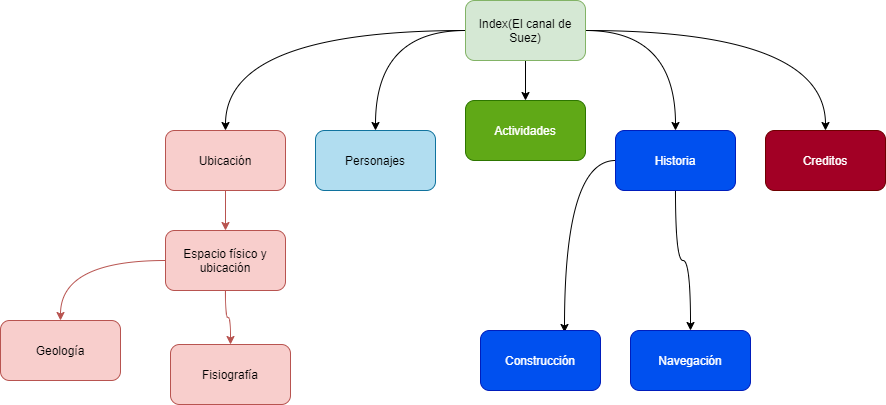
This is imagenes/Navmap.png from josanchezva/GraficaInteractiva, a draw.io export, as it was before one commit. Source tidied: cells renumbered, new cells last; positions are measured from the earlier drawing's top-left corner, leaving out a move shared by most shapes.
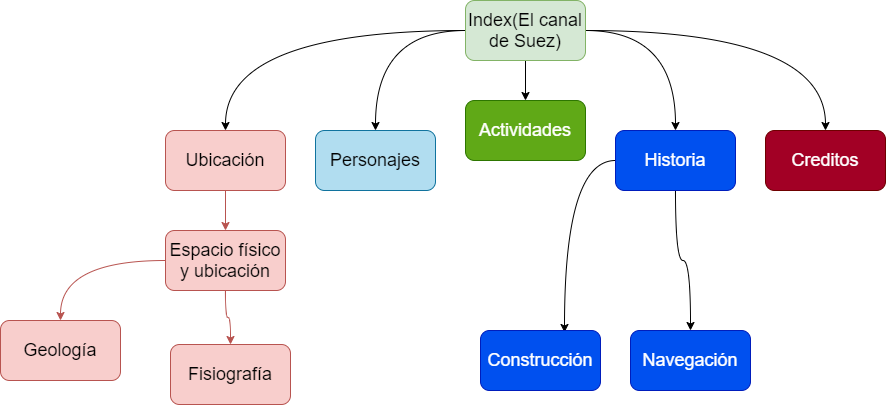
The same diagram one commit later.

What changed in the source:
```diff
@@ -2,67 +2,67 @@
   <root>
     <mxCell id="0" />
     <mxCell id="1" parent="0" />
-    <mxCell id="2" style="edgeStyle=orthogonalEdgeStyle;jettySize=auto;html=1;curved=1;" parent="1" edge="1" source="7" target="9">
+    <mxCell id="2" style="edgeStyle=orthogonalEdgeStyle;jettySize=auto;html=1;curved=1;fontSize=18;" parent="1" edge="1" source="7" target="9">
       <mxGeometry relative="1" as="geometry" />
     </mxCell>
-    <mxCell id="3" style="edgeStyle=orthogonalEdgeStyle;jettySize=auto;html=1;curved=1;" parent="1" edge="1" source="7" target="10">
+    <mxCell id="3" style="edgeStyle=orthogonalEdgeStyle;jettySize=auto;html=1;curved=1;fontSize=18;" parent="1" edge="1" source="7" target="10">
       <mxGeometry relative="1" as="geometry" />
     </mxCell>
-    <mxCell id="4" style="edgeStyle=orthogonalEdgeStyle;jettySize=auto;html=1;exitX=0.5;exitY=1;exitDx=0;exitDy=0;curved=1;" parent="1" edge="1" source="7" target="11">
+    <mxCell id="4" style="edgeStyle=orthogonalEdgeStyle;jettySize=auto;html=1;exitX=0.5;exitY=1;exitDx=0;exitDy=0;curved=1;fontSize=18;" parent="1" edge="1" source="7" target="11">
       <mxGeometry relative="1" as="geometry" />
     </mxCell>
-    <mxCell id="5" style="edgeStyle=orthogonalEdgeStyle;jettySize=auto;html=1;entryX=0.5;entryY=0;entryDx=0;entryDy=0;curved=1;" parent="1" edge="1" source="7" target="14">
+    <mxCell id="5" style="edgeStyle=orthogonalEdgeStyle;jettySize=auto;html=1;entryX=0.5;entryY=0;entryDx=0;entryDy=0;curved=1;fontSize=18;" parent="1" edge="1" source="7" target="14">
       <mxGeometry relative="1" as="geometry" />
     </mxCell>
-    <mxCell id="6" style="edgeStyle=orthogonalEdgeStyle;jettySize=auto;html=1;entryX=0.5;entryY=0;entryDx=0;entryDy=0;curved=1;" parent="1" edge="1" source="7" target="15">
+    <mxCell id="6" style="edgeStyle=orthogonalEdgeStyle;jettySize=auto;html=1;entryX=0.5;entryY=0;entryDx=0;entryDy=0;curved=1;fontSize=18;" parent="1" edge="1" source="7" target="15">
       <mxGeometry relative="1" as="geometry" />
     </mxCell>
-    <mxCell id="7" value="Index(El canal de Suez)" style="whiteSpace=wrap;html=1;rounded=1;fillColor=#d5e8d4;strokeColor=#82b366;" parent="1" vertex="1">
+    <mxCell id="7" value="Index(El canal de Suez)" style="whiteSpace=wrap;html=1;rounded=1;fillColor=#d5e8d4;strokeColor=#82b366;fontSize=18;" parent="1" vertex="1">
       <mxGeometry x="465" width="120" height="60" as="geometry" />
     </mxCell>
-    <mxCell id="8" style="edgeStyle=orthogonalEdgeStyle;curved=1;rounded=0;jettySize=auto;html=1;fillColor=#f8cecc;strokeColor=#b85450;" parent="1" edge="1" source="9" target="18">
+    <mxCell id="8" style="edgeStyle=orthogonalEdgeStyle;curved=1;rounded=0;jettySize=auto;html=1;fillColor=#f8cecc;strokeColor=#b85450;fontSize=18;" parent="1" edge="1" source="9" target="18">
       <mxGeometry relative="1" as="geometry" />
     </mxCell>
-    <mxCell id="9" value="Ubicación" style="whiteSpace=wrap;html=1;rounded=1;fillColor=#f8cecc;strokeColor=#b85450;" parent="1" vertex="1">
+    <mxCell id="9" value="Ubicación" style="whiteSpace=wrap;html=1;rounded=1;fillColor=#f8cecc;strokeColor=#b85450;fontSize=18;" parent="1" vertex="1">
       <mxGeometry x="165" y="130" width="120" height="60" as="geometry" />
     </mxCell>
-    <mxCell id="10" value="Personajes" style="whiteSpace=wrap;html=1;rounded=1;fillColor=#b1ddf0;strokeColor=#10739e;" parent="1" vertex="1">
+    <mxCell id="10" value="Personajes" style="whiteSpace=wrap;html=1;rounded=1;fillColor=#b1ddf0;strokeColor=#10739e;fontSize=18;" parent="1" vertex="1">
       <mxGeometry x="315" y="130" width="120" height="60" as="geometry" />
     </mxCell>
-    <mxCell id="11" value="Actividades" style="whiteSpace=wrap;html=1;rounded=1;fillColor=#60a917;strokeColor=#2D7600;fontColor=#ffffff;" parent="1" vertex="1">
+    <mxCell id="11" value="Actividades" style="whiteSpace=wrap;html=1;rounded=1;fillColor=#60a917;strokeColor=#2D7600;fontColor=#ffffff;fontSize=18;" parent="1" vertex="1">
       <mxGeometry x="465" y="100" width="120" height="60" as="geometry" />
     </mxCell>
-    <mxCell id="12" style="edgeStyle=orthogonalEdgeStyle;curved=1;rounded=0;jettySize=auto;html=1;" parent="1" edge="1" source="14" target="22">
+    <mxCell id="12" style="edgeStyle=orthogonalEdgeStyle;curved=1;rounded=0;jettySize=auto;html=1;fontSize=18;" parent="1" edge="1" source="14" target="22">
       <mxGeometry relative="1" as="geometry" />
     </mxCell>
-    <mxCell id="13" style="edgeStyle=orthogonalEdgeStyle;curved=1;rounded=0;jettySize=auto;html=1;entryX=0.7;entryY=0.033;entryDx=0;entryDy=0;entryPerimeter=0;" parent="1" edge="1" source="14" target="21">
+    <mxCell id="13" style="edgeStyle=orthogonalEdgeStyle;curved=1;rounded=0;jettySize=auto;html=1;entryX=0.7;entryY=0.033;entryDx=0;entryDy=0;entryPerimeter=0;fontSize=18;" parent="1" edge="1" source="14" target="21">
       <mxGeometry relative="1" as="geometry" />
     </mxCell>
-    <mxCell id="14" value="Historia" style="whiteSpace=wrap;html=1;rounded=1;fillColor=#0050ef;strokeColor=#001DBC;fontColor=#ffffff;" parent="1" vertex="1">
+    <mxCell id="14" value="Historia" style="whiteSpace=wrap;html=1;rounded=1;fillColor=#0050ef;strokeColor=#001DBC;fontColor=#ffffff;fontSize=18;" parent="1" vertex="1">
       <mxGeometry x="615" y="130" width="120" height="60" as="geometry" />
     </mxCell>
-    <mxCell id="15" value="Creditos" style="whiteSpace=wrap;html=1;rounded=1;fillColor=#a20025;strokeColor=#6F0000;fontColor=#ffffff;" parent="1" vertex="1">
+    <mxCell id="15" value="Creditos" style="whiteSpace=wrap;html=1;rounded=1;fillColor=#a20025;strokeColor=#6F0000;fontColor=#ffffff;fontSize=18;" parent="1" vertex="1">
       <mxGeometry x="765" y="130" width="120" height="60" as="geometry" />
     </mxCell>
-    <mxCell id="16" style="edgeStyle=orthogonalEdgeStyle;curved=1;rounded=0;jettySize=auto;html=1;fillColor=#f8cecc;strokeColor=#b85450;" parent="1" edge="1" source="18" target="19">
+    <mxCell id="16" style="edgeStyle=orthogonalEdgeStyle;curved=1;rounded=0;jettySize=auto;html=1;fillColor=#f8cecc;strokeColor=#b85450;fontSize=18;" parent="1" edge="1" source="18" target="19">
       <mxGeometry relative="1" as="geometry" />
     </mxCell>
-    <mxCell id="17" style="edgeStyle=orthogonalEdgeStyle;curved=1;rounded=0;jettySize=auto;html=1;fillColor=#f8cecc;strokeColor=#b85450;" parent="1" edge="1" source="18" target="20">
+    <mxCell id="17" style="edgeStyle=orthogonalEdgeStyle;curved=1;rounded=0;jettySize=auto;html=1;fillColor=#f8cecc;strokeColor=#b85450;fontSize=18;" parent="1" edge="1" source="18" target="20">
       <mxGeometry relative="1" as="geometry" />
     </mxCell>
-    <mxCell id="18" value="Espacio físico y ubicación" style="whiteSpace=wrap;html=1;rounded=1;fillColor=#f8cecc;strokeColor=#b85450;" parent="1" vertex="1">
+    <mxCell id="18" value="Espacio físico y ubicación" style="whiteSpace=wrap;html=1;rounded=1;fillColor=#f8cecc;strokeColor=#b85450;fontSize=18;" parent="1" vertex="1">
       <mxGeometry x="165" y="230" width="120" height="60" as="geometry" />
     </mxCell>
-    <mxCell id="19" value="Geología" style="rounded=1;whiteSpace=wrap;html=1;fillColor=#f8cecc;strokeColor=#b85450;" parent="1" vertex="1">
+    <mxCell id="19" value="Geología" style="rounded=1;whiteSpace=wrap;html=1;fillColor=#f8cecc;strokeColor=#b85450;fontSize=18;" parent="1" vertex="1">
       <mxGeometry y="320" width="120" height="60" as="geometry" />
     </mxCell>
-    <mxCell id="20" value="Fisiografía" style="rounded=1;whiteSpace=wrap;html=1;fillColor=#f8cecc;strokeColor=#b85450;" parent="1" vertex="1">
+    <mxCell id="20" value="Fisiografía" style="rounded=1;whiteSpace=wrap;html=1;fillColor=#f8cecc;strokeColor=#b85450;fontSize=18;" parent="1" vertex="1">
       <mxGeometry x="170" y="344" width="120" height="60" as="geometry" />
     </mxCell>
-    <mxCell id="21" value="Construcción" style="rounded=1;whiteSpace=wrap;html=1;fillColor=#0050ef;strokeColor=#001DBC;fontColor=#ffffff;" parent="1" vertex="1">
+    <mxCell id="21" value="Construcción" style="rounded=1;whiteSpace=wrap;html=1;fillColor=#0050ef;strokeColor=#001DBC;fontColor=#ffffff;fontSize=18;" parent="1" vertex="1">
       <mxGeometry x="480" y="330" width="120" height="60" as="geometry" />
     </mxCell>
-    <mxCell id="22" value="Navegación" style="rounded=1;whiteSpace=wrap;html=1;fillColor=#0050ef;strokeColor=#001DBC;fontColor=#ffffff;" parent="1" vertex="1">
+    <mxCell id="22" value="Navegación" style="rounded=1;whiteSpace=wrap;html=1;fillColor=#0050ef;strokeColor=#001DBC;fontColor=#ffffff;fontSize=18;" parent="1" vertex="1">
       <mxGeometry x="630" y="330" width="120" height="60" as="geometry" />
     </mxCell>
   </root>
```
